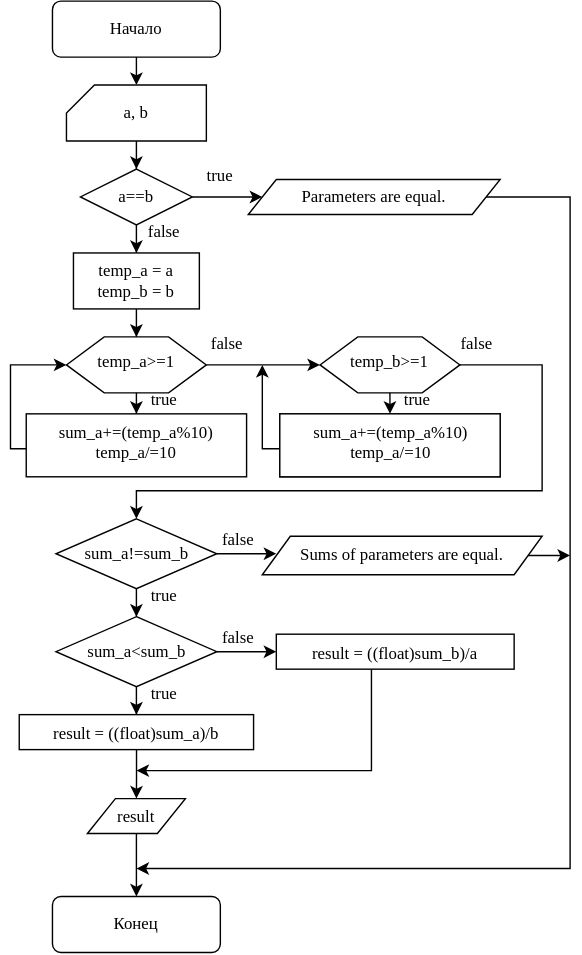
Before: lab_1.drawio.svg, a diagram exported from draw.io (Vityusha1337/c_labs). Source tidied: cells renumbered, new cells last; positions are measured from the earlier drawing's top-left corner, leaving out a move shared by most shapes.
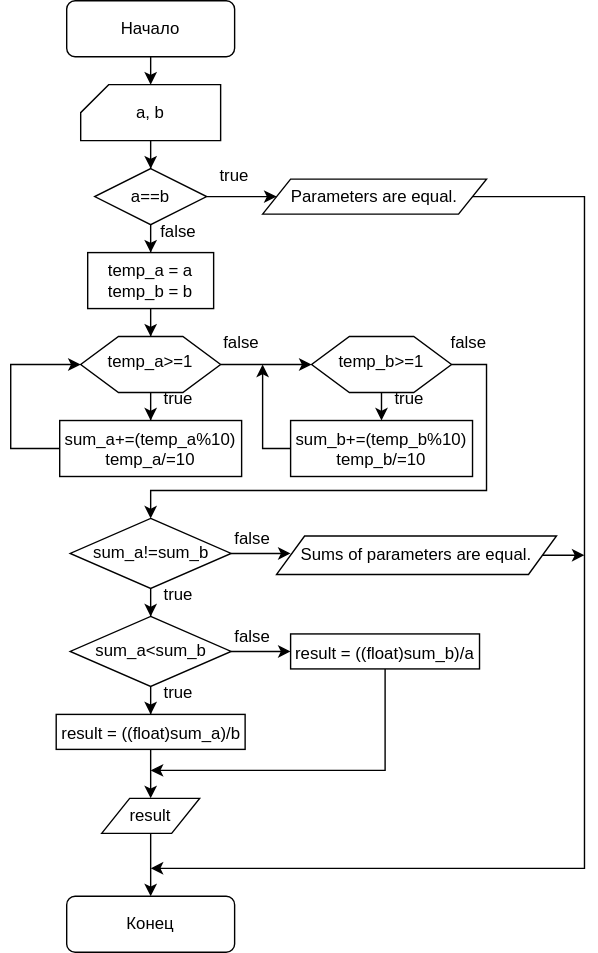
After the change.

Diff of the diagram source:
```diff
@@ -2,30 +2,30 @@
   <root>
     <mxCell id="0" />
     <mxCell id="1" parent="0" />
-    <mxCell id="2" style="edgeStyle=orthogonalEdgeStyle;rounded=0;jettySize=auto;html=1;entryX=0.5;entryY=0;entryDx=0;entryDy=0;entryPerimeter=0;fontFamily=Verdana;" parent="1" edge="1" target="5">
+    <mxCell id="2" style="edgeStyle=orthogonalEdgeStyle;rounded=0;jettySize=auto;html=1;entryX=0.5;entryY=0;entryDx=0;entryDy=0;entryPerimeter=0;" parent="1" edge="1" target="5">
       <mxGeometry relative="1" as="geometry">
         <mxPoint x="90" y="30" as="sourcePoint" />
       </mxGeometry>
     </mxCell>
-    <mxCell id="3" value="Начало" style="rounded=1;whiteSpace=wrap;html=1;fontSize=12;glass=0;strokeWidth=1;shadow=0;fontFamily=Verdana;" parent="1" vertex="1">
+    <mxCell id="3" value="Начало" style="rounded=1;whiteSpace=wrap;html=1;fontSize=12;glass=0;strokeWidth=1;shadow=0;" parent="1" vertex="1">
       <mxGeometry x="30" width="120" height="40" as="geometry" />
     </mxCell>
-    <mxCell id="4" style="edgeStyle=orthogonalEdgeStyle;rounded=0;jettySize=auto;html=1;entryX=0.5;entryY=0;entryDx=0;entryDy=0;fontFamily=Verdana;" parent="1" edge="1" source="5" target="8">
+    <mxCell id="4" style="edgeStyle=orthogonalEdgeStyle;rounded=0;jettySize=auto;html=1;entryX=0.5;entryY=0;entryDx=0;entryDy=0;" parent="1" edge="1" source="5" target="8">
       <mxGeometry relative="1" as="geometry" />
     </mxCell>
-    <mxCell id="5" style="verticalLabelPosition=bottom;verticalAlign=top;html=1;shape=card;whiteSpace=wrap;size=20;arcSize=12;fontFamily=Verdana;" parent="1" vertex="1">
+    <mxCell id="5" style="verticalLabelPosition=bottom;verticalAlign=top;html=1;shape=card;whiteSpace=wrap;size=20;arcSize=12;" parent="1" vertex="1">
       <mxGeometry x="40" y="60" width="100" height="40" as="geometry" />
     </mxCell>
-    <mxCell id="6" value="a, b" style="text;html=1;strokeColor=none;fillColor=none;align=center;verticalAlign=middle;whiteSpace=wrap;rounded=0;fontFamily=Verdana;" parent="1" vertex="1">
+    <mxCell id="6" value="a, b" style="text;html=1;strokeColor=none;fillColor=none;align=center;verticalAlign=middle;whiteSpace=wrap;rounded=0;" parent="1" vertex="1">
       <mxGeometry x="60" y="65" width="60" height="30" as="geometry" />
     </mxCell>
-    <mxCell id="7" style="edgeStyle=orthogonalEdgeStyle;rounded=0;jettySize=auto;html=1;entryX=0.5;entryY=0;entryDx=0;entryDy=0;fontFamily=Verdana;" parent="1" edge="1" source="8" target="13">
+    <mxCell id="7" style="edgeStyle=orthogonalEdgeStyle;rounded=0;jettySize=auto;html=1;entryX=0.5;entryY=0;entryDx=0;entryDy=0;" parent="1" edge="1" source="8" target="13">
       <mxGeometry relative="1" as="geometry" />
     </mxCell>
-    <mxCell id="8" value="a==b" style="rhombus;whiteSpace=wrap;html=1;fontFamily=Verdana;" parent="1" vertex="1">
+    <mxCell id="8" value="a==b" style="rhombus;whiteSpace=wrap;html=1;" parent="1" vertex="1">
       <mxGeometry x="50" y="120" width="80" height="40" as="geometry" />
     </mxCell>
-    <mxCell id="9" style="edgeStyle=orthogonalEdgeStyle;rounded=0;jettySize=auto;html=1;exitX=1;exitY=0.5;exitDx=0;exitDy=0;fontFamily=Verdana;" parent="1" edge="1" source="10">
+    <mxCell id="9" style="edgeStyle=orthogonalEdgeStyle;rounded=0;jettySize=auto;html=1;exitX=1;exitY=0.5;exitDx=0;exitDy=0;" parent="1" edge="1" source="10">
       <mxGeometry relative="1" as="geometry">
         <mxPoint x="90" y="620" as="targetPoint" />
         <Array as="points">
@@ -34,124 +34,127 @@
         </Array>
       </mxGeometry>
     </mxCell>
-    <mxCell id="10" value="Parameters are equal." style="shape=parallelogram;perimeter=parallelogramPerimeter;whiteSpace=wrap;html=1;fixedSize=1;fontFamily=Verdana;" parent="1" vertex="1">
-      <mxGeometry x="170" y="127.5" width="180" height="25" as="geometry" />
+    <mxCell id="10" value="Parameters are equal." style="shape=parallelogram;perimeter=parallelogramPerimeter;whiteSpace=wrap;html=1;fixedSize=1;" parent="1" vertex="1">
+      <mxGeometry x="170" y="127.5" width="160" height="25" as="geometry" />
     </mxCell>
-    <mxCell id="11" style="edgeStyle=orthogonalEdgeStyle;rounded=0;jettySize=auto;html=1;entryX=0;entryY=0.5;entryDx=0;entryDy=0;fontFamily=Verdana;" parent="1" edge="1" target="10">
+    <mxCell id="11" style="edgeStyle=orthogonalEdgeStyle;rounded=0;jettySize=auto;html=1;entryX=0;entryY=0.5;entryDx=0;entryDy=0;" parent="1" edge="1" target="10">
       <mxGeometry relative="1" as="geometry">
         <mxPoint x="130" y="140" as="sourcePoint" />
       </mxGeometry>
     </mxCell>
-    <mxCell id="12" style="edgeStyle=orthogonalEdgeStyle;rounded=0;jettySize=auto;html=1;entryX=0.5;entryY=0;entryDx=0;entryDy=0;fontFamily=Verdana;" parent="1" edge="1" source="13" target="17">
+    <mxCell id="12" style="edgeStyle=orthogonalEdgeStyle;rounded=0;jettySize=auto;html=1;entryX=0.5;entryY=0;entryDx=0;entryDy=0;" parent="1" edge="1" source="13" target="17">
       <mxGeometry relative="1" as="geometry" />
     </mxCell>
-    <mxCell id="13" value="&lt;div&gt;temp_a = a temp_b = b&lt;/div&gt;" style="rounded=0;whiteSpace=wrap;html=1;fontFamily=Verdana;" parent="1" vertex="1">
+    <mxCell id="13" value="temp_a = a&lt;br&gt;temp_b = b" style="rounded=0;whiteSpace=wrap;html=1;" parent="1" vertex="1">
       <mxGeometry x="45" y="180" width="90" height="40" as="geometry" />
     </mxCell>
-    <mxCell id="14" value="true" style="text;html=1;strokeColor=none;fillColor=none;align=center;verticalAlign=middle;whiteSpace=wrap;rounded=0;fontFamily=Verdana;" parent="1" vertex="1">
+    <mxCell id="14" value="true" style="text;html=1;strokeColor=none;fillColor=none;align=center;verticalAlign=middle;whiteSpace=wrap;rounded=0;" parent="1" vertex="1">
       <mxGeometry x="130" y="110" width="40" height="30" as="geometry" />
     </mxCell>
-    <mxCell id="15" style="edgeStyle=orthogonalEdgeStyle;rounded=0;jettySize=auto;html=1;fontFamily=Verdana;entryX=0.5;entryY=0;entryDx=0;entryDy=0;" parent="1" edge="1" source="17" target="21">
+    <mxCell id="15" style="edgeStyle=orthogonalEdgeStyle;rounded=0;jettySize=auto;html=1;" parent="1" edge="1" source="17" target="21">
       <mxGeometry relative="1" as="geometry" />
     </mxCell>
-    <mxCell id="16" style="edgeStyle=orthogonalEdgeStyle;rounded=0;jettySize=auto;html=1;entryX=0;entryY=0.5;entryDx=0;entryDy=0;fontFamily=Verdana;" parent="1" edge="1" source="17" target="24">
+    <mxCell id="16" style="edgeStyle=orthogonalEdgeStyle;rounded=0;jettySize=auto;html=1;entryX=0;entryY=0.5;entryDx=0;entryDy=0;" parent="1" edge="1" source="17" target="24">
       <mxGeometry relative="1" as="geometry" />
     </mxCell>
-    <mxCell id="17" style="verticalLabelPosition=bottom;verticalAlign=top;html=1;shape=hexagon;perimeter=hexagonPerimeter2;arcSize=6;size=0.27;fontFamily=Verdana;" parent="1" vertex="1">
+    <mxCell id="17" style="verticalLabelPosition=bottom;verticalAlign=top;html=1;shape=hexagon;perimeter=hexagonPerimeter2;arcSize=6;size=0.27;" parent="1" vertex="1">
       <mxGeometry x="40" y="240" width="100" height="40" as="geometry" />
     </mxCell>
-    <mxCell id="18" value="temp_a&amp;gt;=1" style="text;html=1;strokeColor=none;fillColor=none;align=center;verticalAlign=middle;whiteSpace=wrap;rounded=0;fontFamily=Verdana;" parent="1" vertex="1">
+    <mxCell id="18" value="temp_a&amp;gt;=1" style="text;html=1;strokeColor=none;fillColor=none;align=center;verticalAlign=middle;whiteSpace=wrap;rounded=0;" parent="1" vertex="1">
       <mxGeometry x="60" y="250" width="60" height="15" as="geometry" />
     </mxCell>
-    <mxCell id="19" value="&lt;div&gt;false&lt;/div&gt;" style="text;html=1;strokeColor=none;fillColor=none;align=center;verticalAlign=middle;whiteSpace=wrap;rounded=0;fontFamily=Verdana;" parent="1" vertex="1">
+    <mxCell id="19" value="&lt;div&gt;false&lt;/div&gt;" style="text;html=1;strokeColor=none;fillColor=none;align=center;verticalAlign=middle;whiteSpace=wrap;rounded=0;" parent="1" vertex="1">
       <mxGeometry x="90" y="150" width="40" height="30" as="geometry" />
     </mxCell>
-    <mxCell id="20" style="edgeStyle=orthogonalEdgeStyle;rounded=0;jettySize=auto;html=1;entryX=0;entryY=0.5;entryDx=0;entryDy=0;fontFamily=Verdana;" parent="1" edge="1" source="21" target="17">
+    <mxCell id="20" style="edgeStyle=orthogonalEdgeStyle;rounded=0;jettySize=auto;html=1;entryX=0;entryY=0.5;entryDx=0;entryDy=0;" parent="1" edge="1" source="21" target="17">
       <mxGeometry relative="1" as="geometry">
         <Array as="points">
-          <mxPoint y="320" />
-          <mxPoint y="260" />
+          <mxPoint x="-10" y="320" />
+          <mxPoint x="-10" y="260" />
         </Array>
       </mxGeometry>
     </mxCell>
-    <mxCell id="21" value="&lt;div&gt;sum_a+=(temp_a%10) temp_a/=10&lt;br&gt;&lt;/div&gt;" style="whiteSpace=wrap;html=1;verticalAlign=top;arcSize=6;fontFamily=Verdana;" parent="1" vertex="1">
-      <mxGeometry x="11.2" y="295" width="157.5" height="45" as="geometry" />
+    <mxCell id="21" value="&lt;div&gt;sum_a+=(temp_a%10)&lt;/div&gt;&lt;div&gt;temp_a/=10&lt;br&gt;&lt;/div&gt;" style="whiteSpace=wrap;html=1;verticalAlign=top;arcSize=6;" parent="1" vertex="1">
+      <mxGeometry x="25" y="300" width="130" height="40" as="geometry" />
     </mxCell>
-    <mxCell id="22" value="true" style="text;html=1;strokeColor=none;fillColor=none;align=center;verticalAlign=middle;whiteSpace=wrap;rounded=0;fontFamily=Verdana;" parent="1" vertex="1">
+    <mxCell id="22" value="true" style="text;html=1;strokeColor=none;fillColor=none;align=center;verticalAlign=middle;whiteSpace=wrap;rounded=0;" parent="1" vertex="1">
       <mxGeometry x="90" y="270" width="40" height="30" as="geometry" />
     </mxCell>
-    <mxCell id="23" style="edgeStyle=orthogonalEdgeStyle;rounded=0;jettySize=auto;html=1;exitX=1;exitY=0.5;exitDx=0;exitDy=0;fontFamily=Verdana;" parent="1" edge="1" source="24">
+    <mxCell id="23" style="edgeStyle=orthogonalEdgeStyle;rounded=0;jettySize=auto;html=1;exitX=1;exitY=0.5;exitDx=0;exitDy=0;" parent="1" edge="1" source="24">
       <mxGeometry relative="1" as="geometry">
         <mxPoint x="90" y="370" as="targetPoint" />
         <Array as="points">
-          <mxPoint x="380" y="260" />
-          <mxPoint x="380" y="350" />
+          <mxPoint x="330" y="260" />
+          <mxPoint x="330" y="350" />
           <mxPoint x="90" y="350" />
         </Array>
       </mxGeometry>
     </mxCell>
-    <mxCell id="24" style="verticalLabelPosition=bottom;verticalAlign=top;html=1;shape=hexagon;perimeter=hexagonPerimeter2;arcSize=6;size=0.27;fontFamily=Verdana;" parent="1" vertex="1">
-      <mxGeometry x="221.2" y="240" width="100" height="40" as="geometry" />
+    <mxCell id="24" style="verticalLabelPosition=bottom;verticalAlign=top;html=1;shape=hexagon;perimeter=hexagonPerimeter2;arcSize=6;size=0.27;" parent="1" vertex="1">
+      <mxGeometry x="205" y="240" width="100" height="40" as="geometry" />
     </mxCell>
-    <mxCell id="25" value="temp_b&amp;gt;=1" style="text;html=1;strokeColor=none;fillColor=none;align=center;verticalAlign=middle;whiteSpace=wrap;rounded=0;fontFamily=Verdana;" parent="1" vertex="1">
-      <mxGeometry x="241.2" y="250" width="60" height="15" as="geometry" />
+    <mxCell id="25" value="temp_b&amp;gt;=1" style="text;html=1;strokeColor=none;fillColor=none;align=center;verticalAlign=middle;whiteSpace=wrap;rounded=0;" parent="1" vertex="1">
+      <mxGeometry x="225" y="250" width="60" height="15" as="geometry" />
     </mxCell>
-    <mxCell id="26" value="&lt;div&gt;false&lt;/div&gt;" style="text;html=1;strokeColor=none;fillColor=none;align=center;verticalAlign=middle;whiteSpace=wrap;rounded=0;fontFamily=Verdana;" parent="1" vertex="1">
+    <mxCell id="26" value="&lt;div&gt;false&lt;/div&gt;" style="text;html=1;strokeColor=none;fillColor=none;align=center;verticalAlign=middle;whiteSpace=wrap;rounded=0;" parent="1" vertex="1">
       <mxGeometry x="140" y="230" width="30" height="30" as="geometry" />
     </mxCell>
+    <mxCell id="52" value="&lt;div&gt;sum_b+=(temp_b%10)&lt;/div&gt;&lt;div&gt;temp_b/=10&lt;br&gt;&lt;/div&gt;" style="whiteSpace=wrap;html=1;verticalAlign=top;arcSize=6;" parent="1" vertex="1">
+      <mxGeometry x="190" y="300" width="130" height="40" as="geometry" />
+    </mxCell>
-    <mxCell id="27" style="edgeStyle=orthogonalEdgeStyle;rounded=0;orthogonalLoop=1;jettySize=auto;html=1;entryX=0.5;entryY=0;entryDx=0;entryDy=0;fontFamily=Verdana;" parent="1" edge="1">
+    <mxCell id="27" style="edgeStyle=orthogonalEdgeStyle;rounded=0;orthogonalLoop=1;jettySize=auto;html=1;" parent="1" edge="1">
       <mxGeometry relative="1" as="geometry">
-        <mxPoint x="271.2" y="280" as="sourcePoint" />
-        <mxPoint x="271.2" y="295" as="targetPoint" />
+        <mxPoint x="254.9" y="280" as="sourcePoint" />
+        <mxPoint x="254.9" y="300" as="targetPoint" />
       </mxGeometry>
     </mxCell>
-    <mxCell id="28" style="edgeStyle=orthogonalEdgeStyle;rounded=0;jettySize=auto;html=1;exitX=0;exitY=0.5;exitDx=0;exitDy=0;fontFamily=Verdana;" parent="1" edge="1" source="50">
+    <mxCell id="28" style="edgeStyle=orthogonalEdgeStyle;rounded=0;orthogonalLoop=1;jettySize=auto;html=1;" parent="1" edge="1">
       <mxGeometry relative="1" as="geometry">
-        <mxPoint x="180" y="260" as="targetPoint" />
+        <mxPoint x="190" y="320" as="sourcePoint" />
+        <mxPoint x="170" y="260" as="targetPoint" />
         <Array as="points">
-          <mxPoint x="193" y="320" />
-          <mxPoint x="180" y="320" />
+          <mxPoint x="170" y="320" />
         </Array>
       </mxGeometry>
     </mxCell>
-    <mxCell id="29" value="true" style="text;html=1;strokeColor=none;fillColor=none;align=center;verticalAlign=middle;whiteSpace=wrap;rounded=0;fontFamily=Verdana;" parent="1" vertex="1">
-      <mxGeometry x="276.2" y="270" width="30" height="30" as="geometry" />
+    <mxCell id="29" value="true" style="text;html=1;strokeColor=none;fillColor=none;align=center;verticalAlign=middle;whiteSpace=wrap;rounded=0;" parent="1" vertex="1">
+      <mxGeometry x="260" y="270" width="30" height="30" as="geometry" />
     </mxCell>
-    <mxCell id="30" style="edgeStyle=orthogonalEdgeStyle;rounded=0;jettySize=auto;html=1;entryX=0.5;entryY=0;entryDx=0;entryDy=0;fontFamily=Verdana;" parent="1" edge="1" source="31" target="34">
+    <mxCell id="30" style="edgeStyle=orthogonalEdgeStyle;rounded=0;jettySize=auto;html=1;entryX=0.5;entryY=0;entryDx=0;entryDy=0;" parent="1" edge="1" source="31" target="34">
       <mxGeometry relative="1" as="geometry" />
     </mxCell>
-    <mxCell id="31" value="sum_a!=sum_b" style="rhombus;whiteSpace=wrap;html=1;fontFamily=Verdana;" parent="1" vertex="1">
+    <mxCell id="31" value="sum_a!=sum_b" style="rhombus;whiteSpace=wrap;html=1;" parent="1" vertex="1">
       <mxGeometry x="32.5" y="370" width="115" height="50" as="geometry" />
     </mxCell>
-    <mxCell id="32" style="edgeStyle=orthogonalEdgeStyle;rounded=0;jettySize=auto;html=1;entryX=0.5;entryY=0;entryDx=0;entryDy=0;fontFamily=Verdana;" parent="1" edge="1" source="34" target="37">
+    <mxCell id="32" style="edgeStyle=orthogonalEdgeStyle;rounded=0;jettySize=auto;html=1;entryX=0.5;entryY=0;entryDx=0;entryDy=0;" parent="1" edge="1" source="34" target="37">
       <mxGeometry relative="1" as="geometry" />
     </mxCell>
-    <mxCell id="33" style="edgeStyle=orthogonalEdgeStyle;rounded=0;jettySize=auto;html=1;fontFamily=Verdana;" parent="1" edge="1" source="34">
+    <mxCell id="33" style="edgeStyle=orthogonalEdgeStyle;rounded=0;jettySize=auto;html=1;" parent="1" edge="1" source="34">
       <mxGeometry relative="1" as="geometry">
         <mxPoint x="190" y="465" as="targetPoint" />
       </mxGeometry>
     </mxCell>
-    <mxCell id="34" value="sum_a&amp;lt;sum_b" style="rhombus;whiteSpace=wrap;html=1;fontFamily=Verdana;" parent="1" vertex="1">
+    <mxCell id="34" value="sum_a&amp;lt;sum_b" style="rhombus;whiteSpace=wrap;html=1;" parent="1" vertex="1">
       <mxGeometry x="32.5" y="440" width="115" height="50" as="geometry" />
     </mxCell>
-    <mxCell id="35" value="true" style="text;html=1;strokeColor=none;fillColor=none;align=center;verticalAlign=middle;whiteSpace=wrap;rounded=0;fontFamily=Verdana;" parent="1" vertex="1">
+    <mxCell id="35" value="true" style="text;html=1;strokeColor=none;fillColor=none;align=center;verticalAlign=middle;whiteSpace=wrap;rounded=0;" parent="1" vertex="1">
       <mxGeometry x="90" y="410" width="40" height="30" as="geometry" />
     </mxCell>
-    <mxCell id="36" style="edgeStyle=orthogonalEdgeStyle;rounded=0;jettySize=auto;html=1;fontFamily=Verdana;" parent="1" edge="1" source="37">
+    <mxCell id="36" style="edgeStyle=orthogonalEdgeStyle;rounded=0;jettySize=auto;html=1;" parent="1" edge="1" source="37">
       <mxGeometry relative="1" as="geometry">
         <mxPoint x="90" y="570" as="targetPoint" />
       </mxGeometry>
     </mxCell>
-    <mxCell id="37" value="result = ((float)sum_a)/b" style="whiteSpace=wrap;html=1;verticalAlign=top;arcSize=6;fontFamily=Verdana;" parent="1" vertex="1">
-      <mxGeometry x="6.2" y="510" width="167.5" height="25" as="geometry" />
+    <mxCell id="37" value="result = ((float)sum_a)/b" style="whiteSpace=wrap;html=1;verticalAlign=top;arcSize=6;" parent="1" vertex="1">
+      <mxGeometry x="22.5" y="510" width="135" height="25" as="geometry" />
     </mxCell>
-    <mxCell id="38" value="true" style="text;html=1;strokeColor=none;fillColor=none;align=center;verticalAlign=middle;whiteSpace=wrap;rounded=0;fontFamily=Verdana;" parent="1" vertex="1">
+    <mxCell id="38" value="true" style="text;html=1;strokeColor=none;fillColor=none;align=center;verticalAlign=middle;whiteSpace=wrap;rounded=0;" parent="1" vertex="1">
       <mxGeometry x="90" y="480" width="40" height="30" as="geometry" />
     </mxCell>
-    <mxCell id="39" value="&lt;div&gt;false&lt;/div&gt;" style="text;html=1;strokeColor=none;fillColor=none;align=center;verticalAlign=middle;whiteSpace=wrap;rounded=0;fontFamily=Verdana;" parent="1" vertex="1">
+    <mxCell id="39" value="&lt;div&gt;false&lt;/div&gt;" style="text;html=1;strokeColor=none;fillColor=none;align=center;verticalAlign=middle;whiteSpace=wrap;rounded=0;" parent="1" vertex="1">
       <mxGeometry x="147.5" y="440" width="30" height="30" as="geometry" />
     </mxCell>
-    <mxCell id="40" style="edgeStyle=orthogonalEdgeStyle;rounded=0;jettySize=auto;html=1;fontFamily=Verdana;" parent="1" edge="1" source="41">
+    <mxCell id="40" style="edgeStyle=orthogonalEdgeStyle;rounded=0;jettySize=auto;html=1;" parent="1" edge="1" source="41">
       <mxGeometry relative="1" as="geometry">
         <mxPoint x="90" y="550" as="targetPoint" />
         <Array as="points">
@@ -159,43 +162,37 @@
         </Array>
       </mxGeometry>
     </mxCell>
-    <mxCell id="41" value="result = ((float)sum_b)/a" style="whiteSpace=wrap;html=1;verticalAlign=top;arcSize=6;fontFamily=Verdana;" parent="1" vertex="1">
-      <mxGeometry x="190" y="452.5" width="170" height="25" as="geometry" />
+    <mxCell id="41" value="result = ((float)sum_b)/a" style="whiteSpace=wrap;html=1;verticalAlign=top;arcSize=6;" parent="1" vertex="1">
+      <mxGeometry x="190" y="452.5" width="135" height="25" as="geometry" />
     </mxCell>
-    <mxCell id="42" style="edgeStyle=orthogonalEdgeStyle;rounded=0;orthogonalLoop=1;jettySize=auto;html=1;fontFamily=Verdana;" parent="1" edge="1">
+    <mxCell id="42" style="edgeStyle=orthogonalEdgeStyle;rounded=0;orthogonalLoop=1;jettySize=auto;html=1;" parent="1" edge="1">
       <mxGeometry relative="1" as="geometry">
         <mxPoint x="147.5" y="395" as="sourcePoint" />
         <mxPoint x="190" y="395" as="targetPoint" />
       </mxGeometry>
     </mxCell>
-    <mxCell id="43" value="&lt;div&gt;false&lt;/div&gt;" style="text;html=1;strokeColor=none;fillColor=none;align=center;verticalAlign=middle;whiteSpace=wrap;rounded=0;fontFamily=Verdana;" parent="1" vertex="1">
+    <mxCell id="43" value="&lt;div&gt;false&lt;/div&gt;" style="text;html=1;strokeColor=none;fillColor=none;align=center;verticalAlign=middle;whiteSpace=wrap;rounded=0;" parent="1" vertex="1">
       <mxGeometry x="147.5" y="370" width="30" height="30" as="geometry" />
     </mxCell>
-    <mxCell id="44" style="edgeStyle=orthogonalEdgeStyle;rounded=0;jettySize=auto;html=1;fontFamily=Verdana;" parent="1" edge="1" source="45">
+    <mxCell id="44" style="edgeStyle=orthogonalEdgeStyle;rounded=0;jettySize=auto;html=1;" parent="1" edge="1" source="45">
       <mxGeometry relative="1" as="geometry">
         <mxPoint x="400" y="396" as="targetPoint" />
       </mxGeometry>
     </mxCell>
-    <mxCell id="45" value="Sums of parameters are equal." style="shape=parallelogram;perimeter=parallelogramPerimeter;whiteSpace=wrap;html=1;fixedSize=1;fontFamily=Verdana;" parent="1" vertex="1">
+    <mxCell id="45" value="Sums of parameters are equal." style="shape=parallelogram;perimeter=parallelogramPerimeter;whiteSpace=wrap;html=1;fixedSize=1;" parent="1" vertex="1">
       <mxGeometry x="180" y="382.5" width="200" height="27.5" as="geometry" />
     </mxCell>
-    <mxCell id="46" value="Конец" style="rounded=1;whiteSpace=wrap;html=1;fontSize=12;glass=0;strokeWidth=1;shadow=0;fontFamily=Verdana;" parent="1" vertex="1">
+    <mxCell id="46" value="Конец" style="rounded=1;whiteSpace=wrap;html=1;fontSize=12;glass=0;strokeWidth=1;shadow=0;" parent="1" vertex="1">
       <mxGeometry x="30" y="640" width="120" height="40" as="geometry" />
     </mxCell>
-    <mxCell id="47" style="edgeStyle=orthogonalEdgeStyle;rounded=0;jettySize=auto;html=1;entryX=0.5;entryY=0;entryDx=0;entryDy=0;fontFamily=Verdana;" parent="1" edge="1" source="48" target="46">
+    <mxCell id="47" style="edgeStyle=orthogonalEdgeStyle;rounded=0;jettySize=auto;html=1;entryX=0.5;entryY=0;entryDx=0;entryDy=0;" parent="1" edge="1" source="48" target="46">
       <mxGeometry relative="1" as="geometry" />
     </mxCell>
-    <mxCell id="48" value="result" style="shape=parallelogram;perimeter=parallelogramPerimeter;whiteSpace=wrap;html=1;fixedSize=1;fontFamily=Verdana;" parent="1" vertex="1">
+    <mxCell id="48" value="result" style="shape=parallelogram;perimeter=parallelogramPerimeter;whiteSpace=wrap;html=1;fixedSize=1;" parent="1" vertex="1">
       <mxGeometry x="55" y="570" width="70" height="25" as="geometry" />
     </mxCell>
-    <mxCell id="49" value="&lt;div&gt;false&lt;/div&gt;" style="text;html=1;strokeColor=none;fillColor=none;align=center;verticalAlign=middle;whiteSpace=wrap;rounded=0;fontFamily=Verdana;" parent="1" vertex="1">
-      <mxGeometry x="321.2" y="230" width="25" height="30" as="geometry" />
+    <mxCell id="49" value="&lt;div&gt;false&lt;/div&gt;" style="text;html=1;strokeColor=none;fillColor=none;align=center;verticalAlign=middle;whiteSpace=wrap;rounded=0;" parent="1" vertex="1">
+      <mxGeometry x="305" y="230" width="25" height="30" as="geometry" />
     </mxCell>
-    <mxCell id="50" value="&lt;div&gt;sum_a+=(temp_a%10)&lt;br&gt;temp_a/=10&lt;br&gt;&lt;/div&gt;" style="whiteSpace=wrap;html=1;verticalAlign=top;arcSize=6;fontFamily=Verdana;" parent="1" vertex="1">
-      <mxGeometry x="192.5" y="295" width="157.5" height="45" as="geometry" />
-    </mxCell>
-    <mxCell id="51" value="&lt;div&gt;sum_a+=(temp_a%10) temp_a/=10&lt;br&gt;&lt;/div&gt;" style="whiteSpace=wrap;html=1;verticalAlign=top;arcSize=6;fontFamily=Verdana;" parent="1" vertex="1">
-      <mxGeometry x="192.5" y="295" width="157.5" height="45" as="geometry" />
-    </mxCell>
   </root>
 </mxGraphModel>
```
